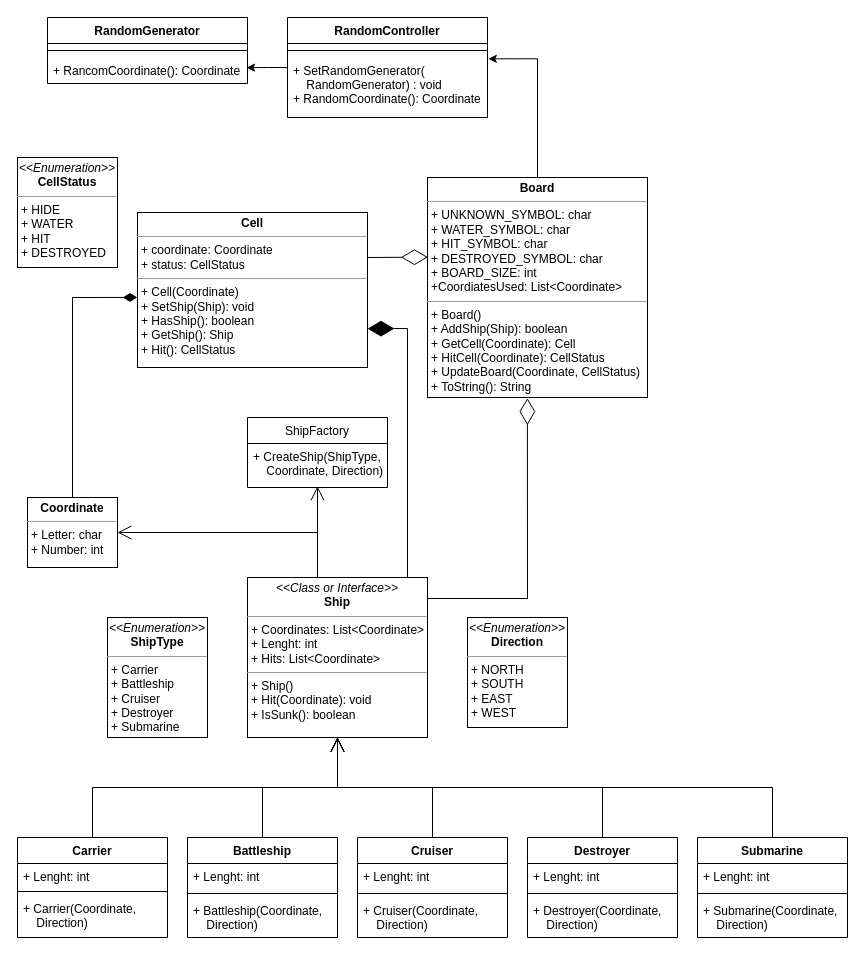
Before: UML.drawio in CesarSnake/Battleship, a draw.io diagram. Source tidied: cells renumbered, new cells numbered last; positions are measured from the earlier drawing's top-left corner, leaving out a move shared by most shapes. Both pictures are drawn from the tidied source at 100%, with x=0, y=0 at pixel (17, 17).
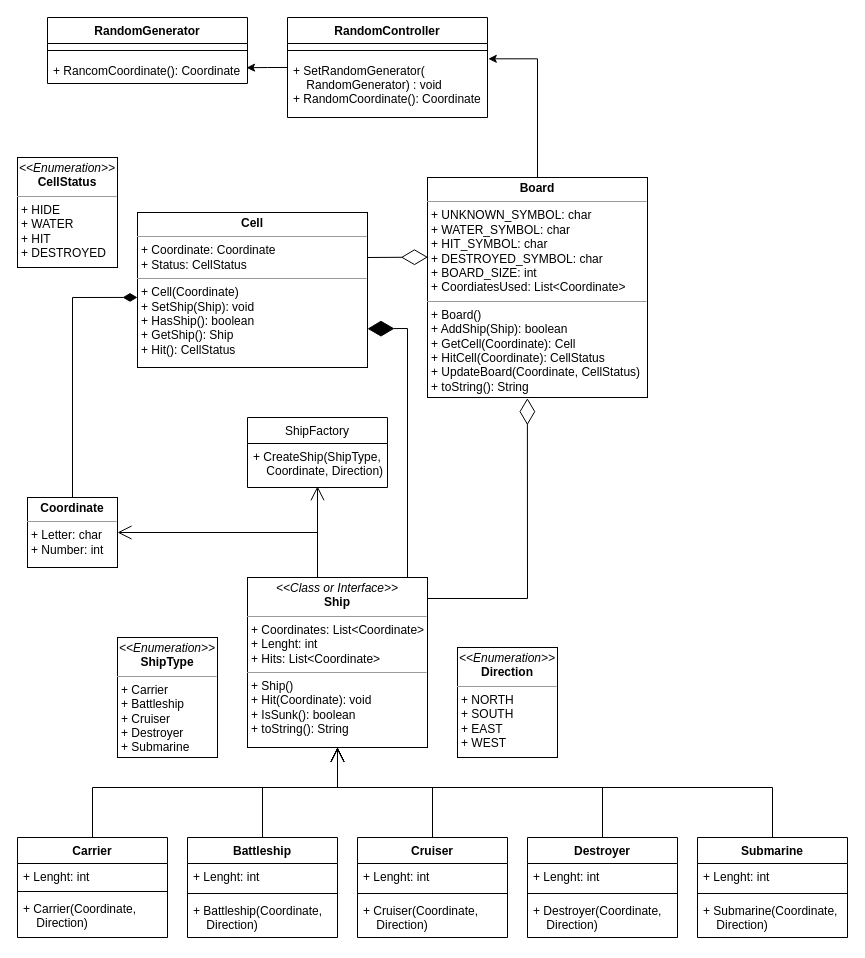
Above is the later version.

Commit message:
updated UML (ship toString)

Diff of the diagram source:
```diff
@@
-    <mxCell id="2" value="&lt;p style=&quot;margin: 0px ; margin-top: 4px ; text-align: center&quot;&gt;&lt;i&gt;&amp;lt;&amp;lt;Class or Interface&amp;gt;&amp;gt;&lt;/i&gt;&lt;br&gt;&lt;b&gt;Ship&lt;/b&gt;&lt;/p&gt;&lt;hr size=&quot;1&quot;&gt;&lt;p style=&quot;margin: 0px ; margin-left: 4px&quot;&gt;&lt;span&gt;+ Coordinates: List&amp;lt;Coordinate&amp;gt;&lt;/span&gt;&lt;br&gt;&lt;/p&gt;&lt;p style=&quot;margin: 0px ; margin-left: 4px&quot;&gt;+ Lenght: int&lt;/p&gt;&lt;p style=&quot;margin: 0px ; margin-left: 4px&quot;&gt;+ Hits: List&amp;lt;Coordinate&amp;gt;&lt;/p&gt;&lt;hr size=&quot;1&quot;&gt;&lt;p style=&quot;margin: 0px ; margin-left: 4px&quot;&gt;+ Ship()&lt;/p&gt;&lt;p style=&quot;margin: 0px ; margin-left: 4px&quot;&gt;+ Hit(Coordinate): void&lt;br&gt;+ IsSunk(): boolean&lt;/p&gt;" style="verticalAlign=top;align=left;overflow=fill;fontSize=12;fontFamily=Helvetica;html=1;" parent="1" vertex="1">
-      <mxGeometry x="230" y="560" width="180" height="160" as="geometry" />
+    <mxCell id="2" value="&lt;p style=&quot;margin: 0px ; margin-top: 4px ; text-align: center&quot;&gt;&lt;i&gt;&amp;lt;&amp;lt;Class or Interface&amp;gt;&amp;gt;&lt;/i&gt;&lt;br&gt;&lt;b&gt;Ship&lt;/b&gt;&lt;/p&gt;&lt;hr size=&quot;1&quot;&gt;&lt;p style=&quot;margin: 0px ; margin-left: 4px&quot;&gt;&lt;span&gt;+ Coordinates: List&amp;lt;Coordinate&amp;gt;&lt;/span&gt;&lt;br&gt;&lt;/p&gt;&lt;p style=&quot;margin: 0px ; margin-left: 4px&quot;&gt;+ Lenght: int&lt;/p&gt;&lt;p style=&quot;margin: 0px ; margin-left: 4px&quot;&gt;+ Hits: List&amp;lt;Coordinate&amp;gt;&lt;/p&gt;&lt;hr size=&quot;1&quot;&gt;&lt;p style=&quot;margin: 0px ; margin-left: 4px&quot;&gt;+ Ship()&lt;/p&gt;&lt;p style=&quot;margin: 0px ; margin-left: 4px&quot;&gt;+ Hit(Coordinate): void&lt;br&gt;+ IsSunk(): boolean&lt;/p&gt;&lt;p style=&quot;margin: 0px ; margin-left: 4px&quot;&gt;+ toString(): String&lt;/p&gt;" style="verticalAlign=top;align=left;overflow=fill;fontSize=12;fontFamily=Helvetica;html=1;" parent="1" vertex="1">
+      <mxGeometry x="230" y="560" width="180" height="170" as="geometry" />
     </mxCell>
     <mxCell id="3" value="&lt;p style=&quot;margin: 0px ; margin-top: 4px ; text-align: center&quot;&gt;&lt;i&gt;&amp;lt;&amp;lt;Enumeration&amp;gt;&amp;gt;&lt;/i&gt;&lt;br&gt;&lt;b&gt;ShipType&lt;/b&gt;&lt;/p&gt;&lt;hr size=&quot;1&quot;&gt;&lt;p style=&quot;margin: 0px ; margin-left: 4px&quot;&gt;+ Carrier&lt;/p&gt;&lt;p style=&quot;margin: 0px ; margin-left: 4px&quot;&gt;+ Battleship&lt;/p&gt;&lt;p style=&quot;margin: 0px ; margin-left: 4px&quot;&gt;+ Cruiser&lt;/p&gt;&lt;p style=&quot;margin: 0px ; margin-left: 4px&quot;&gt;+ Destroyer&lt;/p&gt;&lt;p style=&quot;margin: 0px ; margin-left: 4px&quot;&gt;+ Submarine&lt;/p&gt;" style="verticalAlign=top;align=left;overflow=fill;fontSize=12;fontFamily=Helvetica;html=1;" parent="1" vertex="1">
-      <mxGeometry x="90" y="600" width="100" height="120" as="geometry" />
+      <mxGeometry x="100" y="620" width="100" height="120" as="geometry" />
     </mxCell>
@@
-    <mxCell id="26" value="&lt;p style=&quot;margin: 0px ; margin-top: 4px ; text-align: center&quot;&gt;&lt;b&gt;Board&lt;/b&gt;&lt;/p&gt;&lt;hr size=&quot;1&quot;&gt;&lt;p style=&quot;margin: 0px 0px 0px 4px&quot;&gt;+ UNKNOWN_SYMBOL: char&lt;/p&gt;&lt;p style=&quot;margin: 0px ; margin-left: 4px&quot;&gt;+ WATER_SYMBOL: char&lt;br&gt;&lt;/p&gt;&lt;p style=&quot;margin: 0px ; margin-left: 4px&quot;&gt;&lt;span&gt;+ HIT_SYMBOL: char&lt;/span&gt;&lt;br&gt;&lt;/p&gt;&lt;p style=&quot;margin: 0px ; margin-left: 4px&quot;&gt;+ DESTROYED_SYMBOL: char&lt;br&gt;+ BOARD_SIZE: int&lt;br&gt;+CoordiatesUsed: List&amp;lt;Coordinate&amp;gt;&lt;/p&gt;&lt;hr size=&quot;1&quot;&gt;&lt;p style=&quot;margin: 0px ; margin-left: 4px&quot;&gt;+ Board()&lt;/p&gt;&lt;p style=&quot;margin: 0px ; margin-left: 4px&quot;&gt;+ AddShip(Ship): boolean&lt;/p&gt;&lt;p style=&quot;margin: 0px ; margin-left: 4px&quot;&gt;+ GetCell(Coordinate): Cell&lt;br&gt;&lt;/p&gt;&lt;p style=&quot;margin: 0px ; margin-left: 4px&quot;&gt;+ HitCell(Coordinate): CellStatus&lt;/p&gt;&lt;p style=&quot;margin: 0px ; margin-left: 4px&quot;&gt;+ UpdateBoard(Coordinate, CellStatus)&lt;/p&gt;&lt;p style=&quot;margin: 0px ; margin-left: 4px&quot;&gt;+ ToString(): String&lt;/p&gt;&lt;p style=&quot;margin: 0px ; margin-left: 4px&quot;&gt;&lt;br&gt;&lt;/p&gt;" style="verticalAlign=top;align=left;overflow=fill;fontSize=12;fontFamily=Helvetica;html=1;" parent="1" vertex="1">
+    <mxCell id="26" value="&lt;p style=&quot;margin: 0px ; margin-top: 4px ; text-align: center&quot;&gt;&lt;b&gt;Board&lt;/b&gt;&lt;/p&gt;&lt;hr size=&quot;1&quot;&gt;&lt;p style=&quot;margin: 0px 0px 0px 4px&quot;&gt;+ UNKNOWN_SYMBOL: char&lt;/p&gt;&lt;p style=&quot;margin: 0px ; margin-left: 4px&quot;&gt;+ WATER_SYMBOL: char&lt;br&gt;&lt;/p&gt;&lt;p style=&quot;margin: 0px ; margin-left: 4px&quot;&gt;&lt;span&gt;+ HIT_SYMBOL: char&lt;/span&gt;&lt;br&gt;&lt;/p&gt;&lt;p style=&quot;margin: 0px ; margin-left: 4px&quot;&gt;+ DESTROYED_SYMBOL: char&lt;br&gt;+ BOARD_SIZE: int&lt;br&gt;+ CoordiatesUsed: List&amp;lt;Coordinate&amp;gt;&lt;/p&gt;&lt;hr size=&quot;1&quot;&gt;&lt;p style=&quot;margin: 0px ; margin-left: 4px&quot;&gt;+ Board()&lt;/p&gt;&lt;p style=&quot;margin: 0px ; margin-left: 4px&quot;&gt;+ AddShip(Ship): boolean&lt;/p&gt;&lt;p style=&quot;margin: 0px ; margin-left: 4px&quot;&gt;+ GetCell(Coordinate): Cell&lt;br&gt;&lt;/p&gt;&lt;p style=&quot;margin: 0px ; margin-left: 4px&quot;&gt;+ HitCell(Coordinate): CellStatus&lt;/p&gt;&lt;p style=&quot;margin: 0px ; margin-left: 4px&quot;&gt;+ UpdateBoard(Coordinate, CellStatus)&lt;/p&gt;&lt;p style=&quot;margin: 0px ; margin-left: 4px&quot;&gt;+ toString(): String&lt;/p&gt;&lt;p style=&quot;margin: 0px ; margin-left: 4px&quot;&gt;&lt;br&gt;&lt;/p&gt;" style="verticalAlign=top;align=left;overflow=fill;fontSize=12;fontFamily=Helvetica;html=1;" parent="1" vertex="1">
       <mxGeometry x="410" y="160" width="220" height="220" as="geometry" />
     </mxCell>
-    <mxCell id="27" value="&lt;p style=&quot;margin: 0px ; margin-top: 4px ; text-align: center&quot;&gt;&lt;b&gt;Cell&lt;/b&gt;&lt;/p&gt;&lt;hr size=&quot;1&quot;&gt;&lt;p style=&quot;margin: 0px ; margin-left: 4px&quot;&gt;+ coordinate: Coordinate&lt;/p&gt;&lt;p style=&quot;margin: 0px ; margin-left: 4px&quot;&gt;+ status: CellStatus&lt;/p&gt;&lt;hr size=&quot;1&quot;&gt;&lt;p style=&quot;margin: 0px ; margin-left: 4px&quot;&gt;+ Cell(Coordinate)&lt;/p&gt;&lt;p style=&quot;margin: 0px ; margin-left: 4px&quot;&gt;+ SetShip(Ship): void&lt;/p&gt;&lt;p style=&quot;margin: 0px ; margin-left: 4px&quot;&gt;+ HasShip(): boolean&lt;/p&gt;&lt;p style=&quot;margin: 0px ; margin-left: 4px&quot;&gt;+ GetShip(): Ship&lt;/p&gt;&lt;p style=&quot;margin: 0px ; margin-left: 4px&quot;&gt;+ Hit(): CellStatus&lt;/p&gt;&lt;p style=&quot;margin: 0px ; margin-left: 4px&quot;&gt;&lt;br&gt;&lt;/p&gt;" style="verticalAlign=top;align=left;overflow=fill;fontSize=12;fontFamily=Helvetica;html=1;" parent="1" vertex="1">
+    <mxCell id="27" value="&lt;p style=&quot;margin: 0px ; margin-top: 4px ; text-align: center&quot;&gt;&lt;b&gt;Cell&lt;/b&gt;&lt;/p&gt;&lt;hr size=&quot;1&quot;&gt;&lt;p style=&quot;margin: 0px ; margin-left: 4px&quot;&gt;+ Coordinate: Coordinate&lt;/p&gt;&lt;p style=&quot;margin: 0px ; margin-left: 4px&quot;&gt;+ Status: CellStatus&lt;/p&gt;&lt;hr size=&quot;1&quot;&gt;&lt;p style=&quot;margin: 0px ; margin-left: 4px&quot;&gt;+ Cell(Coordinate)&lt;/p&gt;&lt;p style=&quot;margin: 0px ; margin-left: 4px&quot;&gt;+ SetShip(Ship): void&lt;/p&gt;&lt;p style=&quot;margin: 0px ; margin-left: 4px&quot;&gt;+ HasShip(): boolean&lt;/p&gt;&lt;p style=&quot;margin: 0px ; margin-left: 4px&quot;&gt;+ GetShip(): Ship&lt;/p&gt;&lt;p style=&quot;margin: 0px ; margin-left: 4px&quot;&gt;+ Hit(): CellStatus&lt;/p&gt;&lt;p style=&quot;margin: 0px ; margin-left: 4px&quot;&gt;&lt;br&gt;&lt;/p&gt;" style="verticalAlign=top;align=left;overflow=fill;fontSize=12;fontFamily=Helvetica;html=1;" parent="1" vertex="1">
       <mxGeometry x="120" y="195" width="230" height="155" as="geometry" />
     </mxCell>
@@
     <mxCell id="37" value="&lt;p style=&quot;margin: 0px ; margin-top: 4px ; text-align: center&quot;&gt;&lt;i&gt;&amp;lt;&amp;lt;Enumeration&amp;gt;&amp;gt;&lt;/i&gt;&lt;br&gt;&lt;b&gt;Direction&lt;/b&gt;&lt;/p&gt;&lt;hr size=&quot;1&quot;&gt;&lt;p style=&quot;margin: 0px ; margin-left: 4px&quot;&gt;+ NORTH&lt;br&gt;&lt;/p&gt;&lt;p style=&quot;margin: 0px ; margin-left: 4px&quot;&gt;+ SOUTH&lt;/p&gt;&lt;p style=&quot;margin: 0px ; margin-left: 4px&quot;&gt;+ EAST&lt;/p&gt;&lt;p style=&quot;margin: 0px ; margin-left: 4px&quot;&gt;+ WEST&lt;/p&gt;" style="verticalAlign=top;align=left;overflow=fill;fontSize=12;fontFamily=Helvetica;html=1;" parent="1" vertex="1">
-      <mxGeometry x="450" y="600" width="100" height="110" as="geometry" />
+      <mxGeometry x="440" y="630" width="100" height="110" as="geometry" />
     </mxCell>
```
